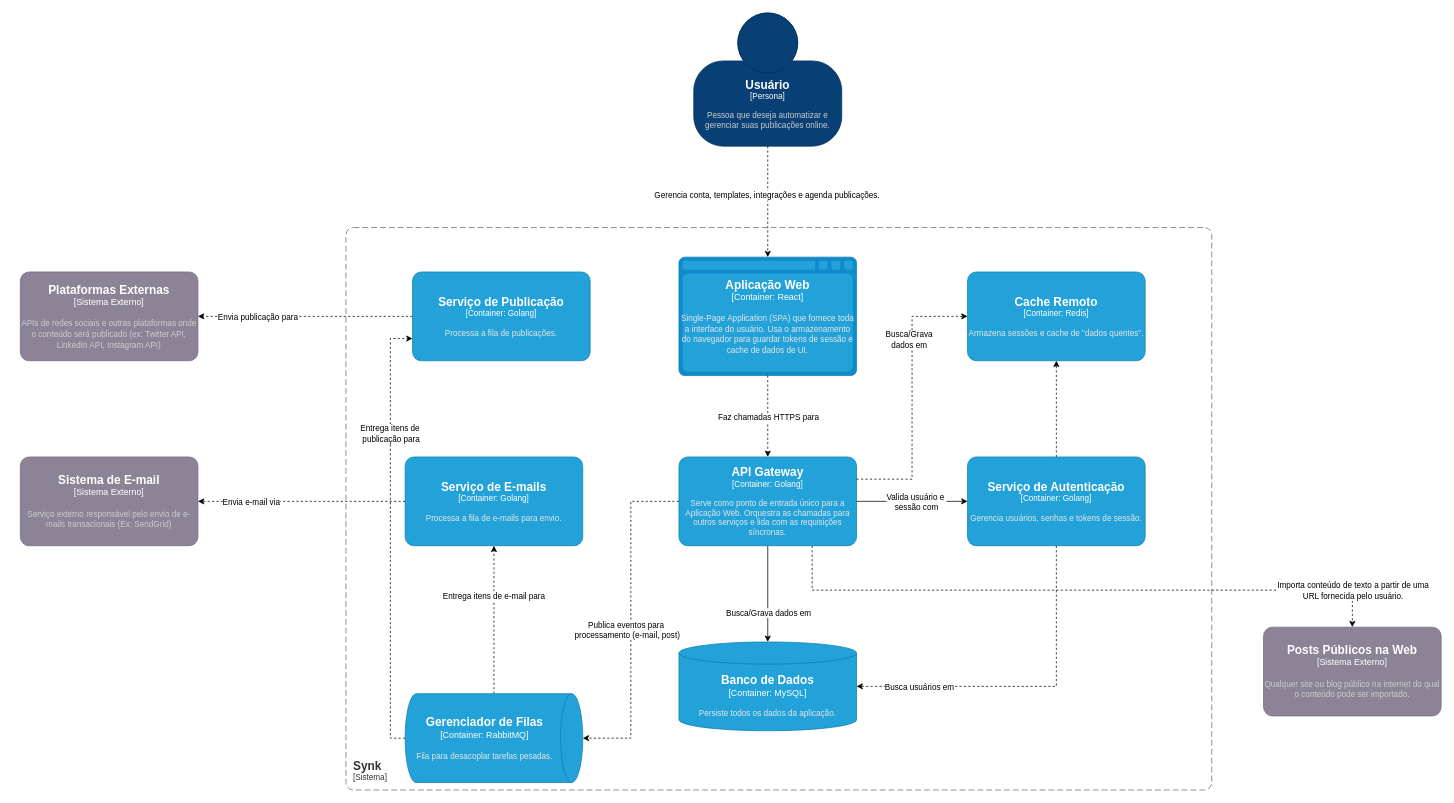
Earlier version of the draw.io diagram assets/c2.drawio (cristianprochnow/synk). Source tidied: cells renumbered, new cells numbered last; positions are measured from the earlier drawing's top-left corner, leaving out a move shared by most shapes. Both pictures are drawn from the tidied source at 74%, with x=0, y=0 at pixel (20, 13).
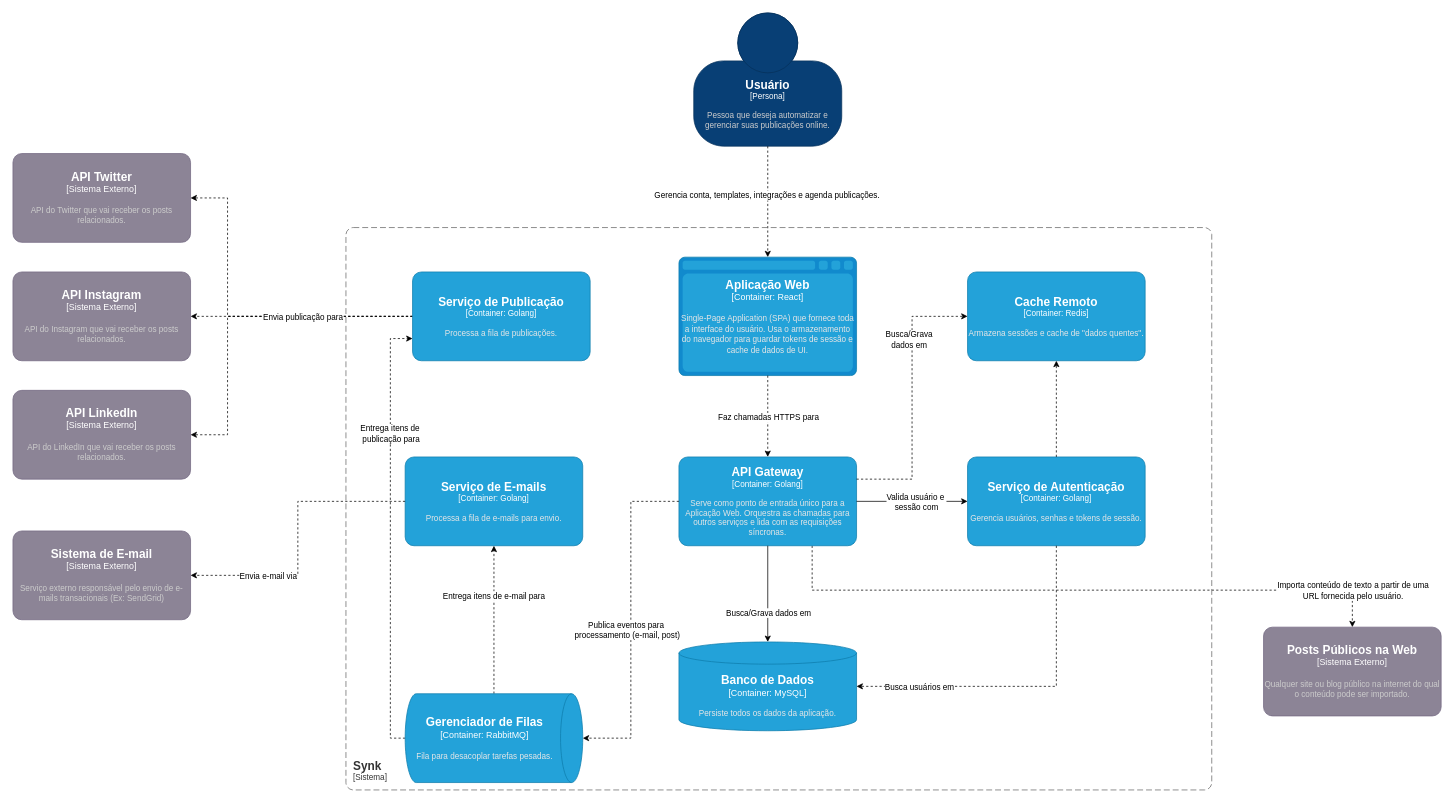
The same page after the edit.

The change refers to these unchanged cells:
```xml
<object id="19" label="&lt;font style=&quot;font-size: 16px&quot;&gt;&lt;b&gt;%c4Name%&lt;/b&gt;&lt;/font&gt;&lt;div&gt;[%c4Type%: %c4Technology%]&lt;/div&gt;&lt;br&gt;&lt;div&gt;&lt;font style=&quot;font-size: 11px&quot;&gt;&lt;font color=&quot;#E6E6E6&quot;&gt;%c4Description%&lt;/font&gt;&lt;/div&gt;" c4Description="Processa a fila de publicações." c4Name="Serviço de Publicação" c4Technology="Golang" c4Type="Container" placeholders="1">
  <mxCell style="rounded=1;whiteSpace=wrap;html=1;fontSize=11;labelBackgroundColor=none;fillColor=#23A2D9;fontColor=#ffffff;align=center;arcSize=10;strokeColor=#0E7DAD;points=[[0.25,0,0],[0.5,0,0],[0.75,0,0],[1,0.25,0],[1,0.5,0],[1,0.75,0],[0.75,1,0],[0.5,1,0],[0.25,1,0],[0,0.75,0],[0,0.5,0],[0,0.25,0]];" parent="1" vertex="1">
    <mxGeometry x="530" y="350" width="240" height="120" as="geometry" />
  </mxCell>
</object>
```

Change to the diagram source:
```diff
@@
+    <mxCell id="41" style="edgeStyle=orthogonalEdgeStyle;rounded=0;jettySize=auto;html=1;entryX=1;entryY=0.5;entryDx=0;entryDy=0;entryPerimeter=0;dashed=1;" parent="1" edge="1" source="19" target="44">
+      <mxGeometry relative="1" as="geometry">
+        <Array as="points">
+          <mxPoint x="260" y="410" />
+          <mxPoint x="260" y="410" />
+        </Array>
+      </mxGeometry>
+    </mxCell>
+    <mxCell id="42" style="edgeStyle=orthogonalEdgeStyle;rounded=0;jettySize=auto;html=1;entryX=1;entryY=0.5;entryDx=0;entryDy=0;entryPerimeter=0;dashed=1;" parent="1" edge="1" source="19" target="45">
+      <mxGeometry relative="1" as="geometry">
+        <Array as="points">
+          <mxPoint x="280" y="410" />
+          <mxPoint x="280" y="570" />
+        </Array>
+      </mxGeometry>
+    </mxCell>
+    <mxCell id="8" style="edgeStyle=orthogonalEdgeStyle;rounded=0;jettySize=auto;html=1;entryX=1;entryY=0.5;entryDx=0;entryDy=0;entryPerimeter=0;dashed=1;exitX=0;exitY=0.5;exitDx=0;exitDy=0;exitPerimeter=0;" parent="1" edge="1" source="19" target="43">
+      <mxGeometry relative="1" as="geometry">
+        <Array as="points">
+          <mxPoint x="280" y="410" />
+          <mxPoint x="280" y="250" />
+        </Array>
+      </mxGeometry>
+    </mxCell>
+    <mxCell id="9" value="Envia publicação para" style="edgeLabel;html=1;align=center;verticalAlign=middle;" parent="8" vertex="1">
+      <mxGeometry x="-0.13" y="2" relative="1" as="geometry">
+        <mxPoint x="51" y="-2" as="offset" />
+      </mxGeometry>
+    </mxCell>
@@
     <object id="3" label="&lt;font style=&quot;font-size: 16px&quot;&gt;&lt;b&gt;%c4Name%&lt;/b&gt;&lt;/font&gt;&lt;div&gt;[%c4Type%]&lt;/div&gt;&lt;br&gt;&lt;div&gt;&lt;font style=&quot;font-size: 11px&quot;&gt;&lt;font color=&quot;#cccccc&quot;&gt;%c4Description%&lt;/font&gt;&lt;/div&gt;" c4Description="Serviço externo responsável pelo envio de e-mails transacionais (Ex: SendGrid)" c4Name="Sistema de E-mail" c4Type="Sistema Externo" placeholders="1">
       <mxCell style="rounded=1;whiteSpace=wrap;html=1;labelBackgroundColor=none;fillColor=#8C8496;fontColor=#ffffff;align=center;arcSize=10;strokeColor=#736782;points=[[0.25,0,0],[0.5,0,0],[0.75,0,0],[1,0.25,0],[1,0.5,0],[1,0.75,0],[0.75,1,0],[0.5,1,0],[0.25,1,0],[0,0.75,0],[0,0.5,0],[0,0.25,0]];" parent="1" vertex="1">
-        <mxGeometry y="600" width="240" height="120" as="geometry" />
+        <mxGeometry x="-10" y="700" width="240" height="120" as="geometry" />
       </mxCell>
     </object>
-    <object id="4" label="&lt;font style=&quot;font-size: 16px&quot;&gt;&lt;b&gt;%c4Name%&lt;/b&gt;&lt;/font&gt;&lt;div&gt;[%c4Type%]&lt;/div&gt;&lt;br&gt;&lt;div&gt;&lt;font style=&quot;font-size: 11px&quot;&gt;&lt;font color=&quot;#cccccc&quot;&gt;%c4Description%&lt;/font&gt;&lt;/div&gt;" c4Description="APIs de redes sociais e outras plataformas onde o conteúdo será publicado (ex: Twitter API, LinkedIn API, Instagram API)" c4Name="Plataformas Externas" c4Type="Sistema Externo" placeholders="1">
-      <mxCell style="rounded=1;whiteSpace=wrap;html=1;labelBackgroundColor=none;fillColor=#8C8496;fontColor=#ffffff;align=center;arcSize=10;strokeColor=#736782;points=[[0.25,0,0],[0.5,0,0],[0.75,0,0],[1,0.25,0],[1,0.5,0],[1,0.75,0],[0.75,1,0],[0.5,1,0],[0.25,1,0],[0,0.75,0],[0,0.5,0],[0,0.25,0]];" parent="1" vertex="1">
-        <mxGeometry y="350" width="240" height="120" as="geometry" />
-      </mxCell>
-    </object>
@@
-    <mxCell id="8" style="edgeStyle=orthogonalEdgeStyle;rounded=0;jettySize=auto;html=1;entryX=1;entryY=0.5;entryDx=0;entryDy=0;entryPerimeter=0;dashed=1;exitX=0;exitY=0.5;exitDx=0;exitDy=0;exitPerimeter=0;" parent="1" edge="1" source="19" target="4">
-      <mxGeometry relative="1" as="geometry" />
-    </mxCell>
-    <mxCell id="9" value="Envia publicação para" style="edgeLabel;html=1;align=center;verticalAlign=middle;" parent="8" vertex="1">
-      <mxGeometry x="-0.13" y="2" relative="1" as="geometry">
-        <mxPoint x="-84" y="-2" as="offset" />
-      </mxGeometry>
-    </mxCell>
@@
+    <object id="43" label="&lt;font style=&quot;font-size: 16px&quot;&gt;&lt;b&gt;%c4Name%&lt;/b&gt;&lt;/font&gt;&lt;div&gt;[%c4Type%]&lt;/div&gt;&lt;br&gt;&lt;div&gt;&lt;font style=&quot;font-size: 11px&quot;&gt;&lt;font color=&quot;#cccccc&quot;&gt;%c4Description%&lt;/font&gt;&lt;/div&gt;" c4Description="API do Twitter que vai receber os posts relacionados." c4Name="API Twitter" c4Type="Sistema Externo" placeholders="1">
+      <mxCell style="rounded=1;whiteSpace=wrap;html=1;labelBackgroundColor=none;fillColor=#8C8496;fontColor=#ffffff;align=center;arcSize=10;strokeColor=#736782;points=[[0.25,0,0],[0.5,0,0],[0.75,0,0],[1,0.25,0],[1,0.5,0],[1,0.75,0],[0.75,1,0],[0.5,1,0],[0.25,1,0],[0,0.75,0],[0,0.5,0],[0,0.25,0]];" parent="1" vertex="1">
+        <mxGeometry x="-10" y="190" width="240" height="120" as="geometry" />
+      </mxCell>
+    </object>
+    <object id="44" label="&lt;font style=&quot;font-size: 16px&quot;&gt;&lt;b&gt;%c4Name%&lt;/b&gt;&lt;/font&gt;&lt;div&gt;[%c4Type%]&lt;/div&gt;&lt;br&gt;&lt;div&gt;&lt;font style=&quot;font-size: 11px&quot;&gt;&lt;font color=&quot;#cccccc&quot;&gt;%c4Description%&lt;/font&gt;&lt;/div&gt;" c4Description="API do Instagram que vai receber os posts relacionados." c4Name="API Instagram" c4Type="Sistema Externo" placeholders="1">
+      <mxCell style="rounded=1;whiteSpace=wrap;html=1;labelBackgroundColor=none;fillColor=#8C8496;fontColor=#ffffff;align=center;arcSize=10;strokeColor=#736782;points=[[0.25,0,0],[0.5,0,0],[0.75,0,0],[1,0.25,0],[1,0.5,0],[1,0.75,0],[0.75,1,0],[0.5,1,0],[0.25,1,0],[0,0.75,0],[0,0.5,0],[0,0.25,0]];" parent="1" vertex="1">
+        <mxGeometry x="-10" y="350" width="240" height="120" as="geometry" />
+      </mxCell>
+    </object>
+    <object id="45" label="&lt;font style=&quot;font-size: 16px&quot;&gt;&lt;b&gt;%c4Name%&lt;/b&gt;&lt;/font&gt;&lt;div&gt;[%c4Type%]&lt;/div&gt;&lt;br&gt;&lt;div&gt;&lt;font style=&quot;font-size: 11px&quot;&gt;&lt;font color=&quot;#cccccc&quot;&gt;%c4Description%&lt;/font&gt;&lt;/div&gt;" c4Description="API do LinkedIn que vai receber os posts relacionados." c4Name="API LinkedIn" c4Type="Sistema Externo" placeholders="1">
+      <mxCell style="rounded=1;whiteSpace=wrap;html=1;labelBackgroundColor=none;fillColor=#8C8496;fontColor=#ffffff;align=center;arcSize=10;strokeColor=#736782;points=[[0.25,0,0],[0.5,0,0],[0.75,0,0],[1,0.25,0],[1,0.5,0],[1,0.75,0],[0.75,1,0],[0.5,1,0],[0.25,1,0],[0,0.75,0],[0,0.5,0],[0,0.25,0]];" parent="1" vertex="1">
+        <mxGeometry x="-10" y="510" width="240" height="120" as="geometry" />
+      </mxCell>
+    </object>
```
